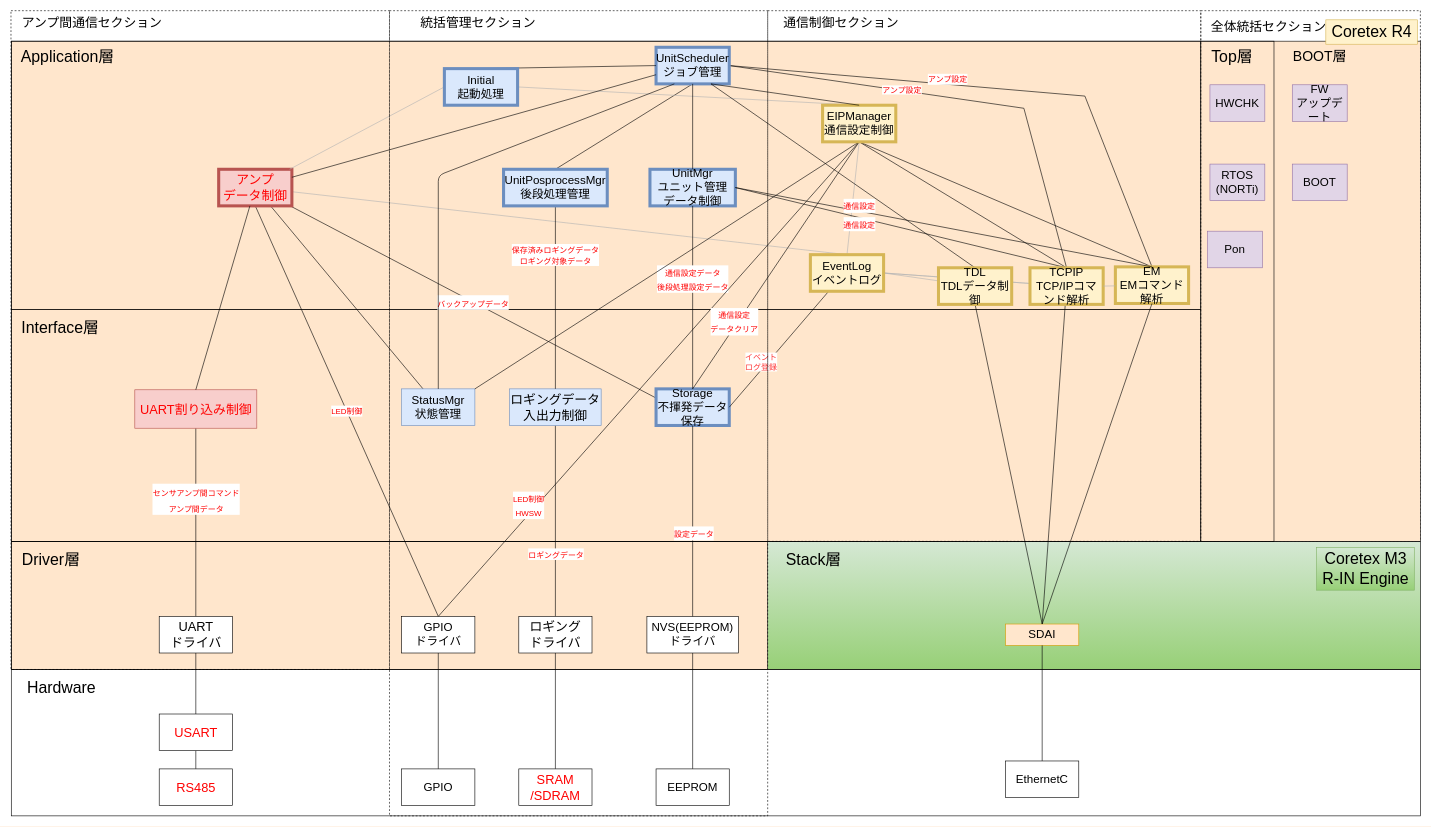
Earlier version of the draw.io diagram page "RevG_NewスマNWU静的構造_完全版" (7 of 13) of NWユニット_アーキテクチャ図.drawio (YutaSuzukiGARI/nwunit). Source tidied: cells renumbered, new cells numbered last; positions are measured from the earlier drawing's top-left corner, leaving out a move shared by most shapes. Both pictures are drawn from the tidied source at 61%, with x=0, y=0 at pixel (11, 10).
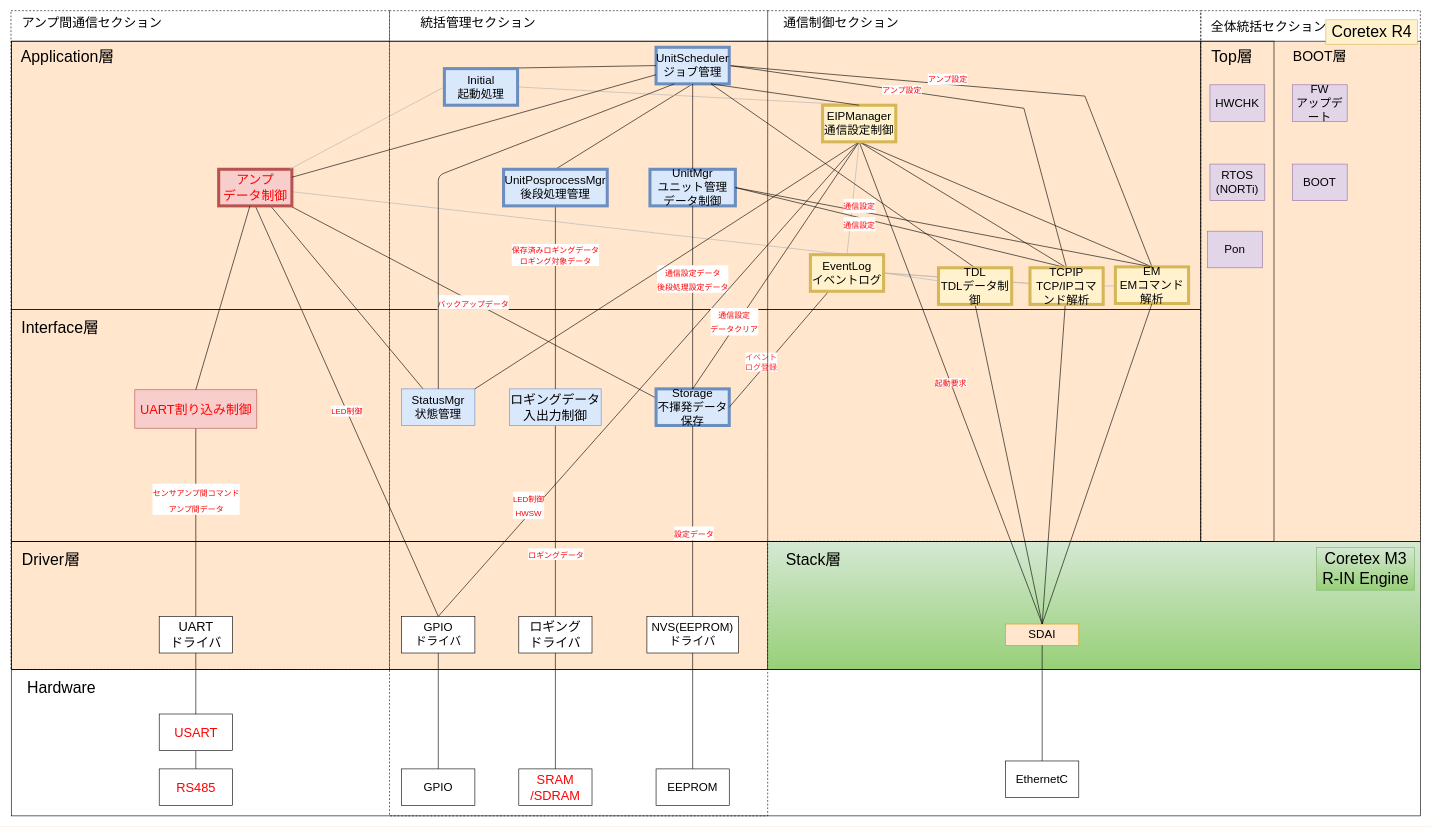
After the change.

Commit message:
Update NWユニット_アーキテクチャ図.drawio

Unchanged cells that the change refers to:
```xml
<mxCell id="26" value="SDAI" style="rounded=0;whiteSpace=wrap;html=1;fillColor=#ffe6cc;strokeColor=#d79b00;fontSize=19;fontColor=default;" parent="1" vertex="1">
  <mxGeometry x="1630" y="1005.5" width="120" height="35" as="geometry" />
</mxCell>
<mxCell id="94" value="EIPManager&lt;br style=&quot;font-size: 19px;&quot;&gt;通信設定制御" style="rounded=0;whiteSpace=wrap;html=1;fillColor=#fff2cc;strokeColor=#d6b656;fontSize=19;strokeWidth=5;fontColor=default;" parent="1" vertex="1">
  <mxGeometry x="1330" y="155" width="120" height="60" as="geometry" />
</mxCell>
```

Change to the diagram source:
```diff
@@
+    <mxCell id="106" value="&lt;font color=&quot;#ff0000&quot;&gt;起動要求&lt;/font&gt;" style="edgeStyle=none;rounded=0;jettySize=auto;html=1;entryX=0.5;entryY=0;entryDx=0;entryDy=0;labelBackgroundColor=default;fontSize=13;fontColor=default;endArrow=none;endFill=0;strokeColor=default;exitX=0.5;exitY=1;exitDx=0;exitDy=0;" parent="1" edge="1" source="94" target="26">
+      <mxGeometry relative="1" as="geometry" />
+    </mxCell>
```
